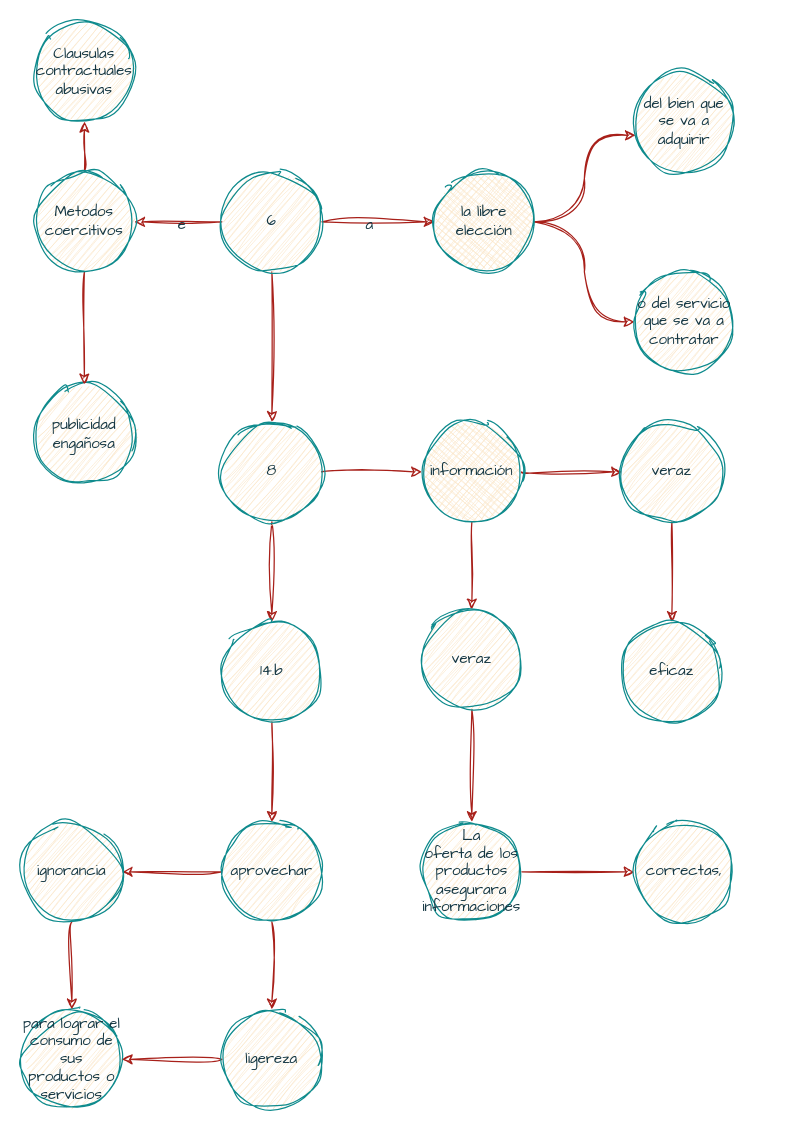
FriendsAtDawn/drawio keeps this draw.io diagram as page "Page-4" (4 of 4) of Copy of piramide.drawio. Above is the earlier version. Source tidied: cells renumbered, new cells numbered last; positions are measured from the earlier drawing's top-left corner, leaving out a move shared by most shapes. Both pictures are drawn from the tidied source at 125%, with x=0, y=0 at pixel (21, 21).
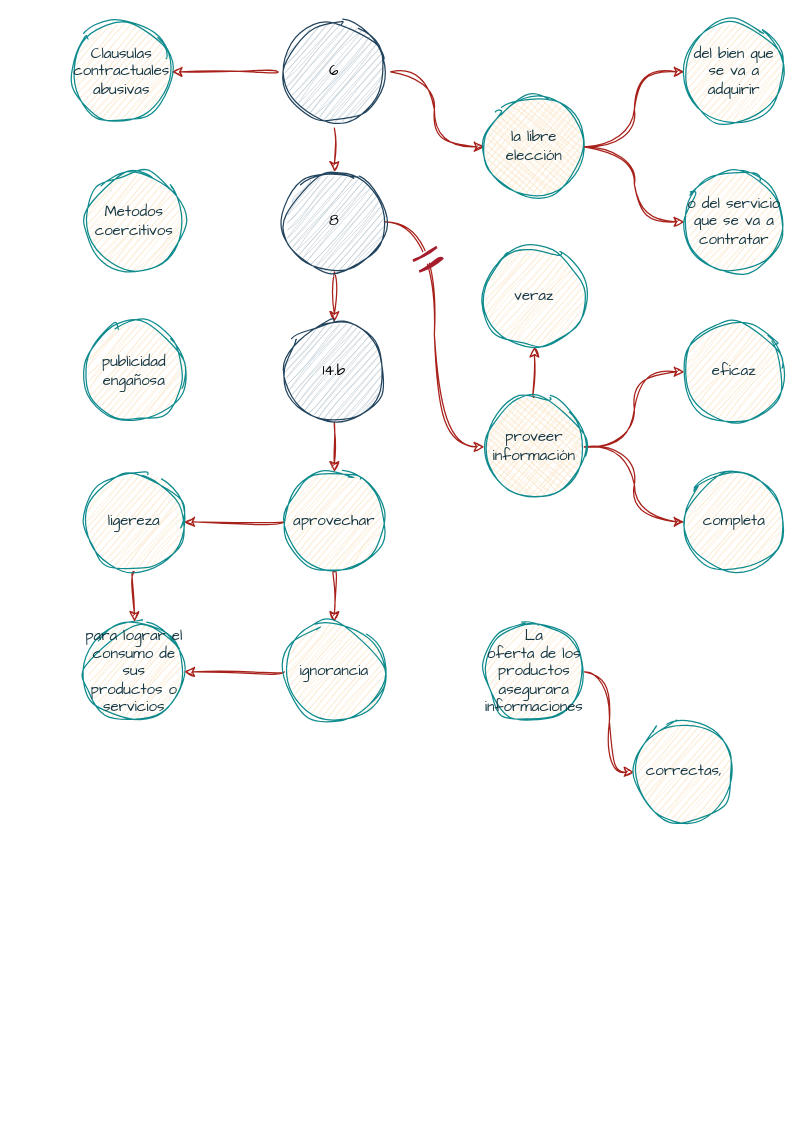
The same page after the edit.

The edit, as a diff of the source:
```diff
@@
-    <mxCell id="2" style="edgeStyle=orthogonalEdgeStyle;rounded=0;jettySize=auto;html=1;fontFamily=Architects Daughter;fontSize=12;labelBackgroundColor=none;strokeColor=#A8201A;fontColor=default;sketch=1;curveFitting=1;jiggle=2;" parent="1" edge="1" source="7" target="10">
+    <mxCell id="2" style="edgeStyle=orthogonalEdgeStyle;jettySize=auto;html=1;fontFamily=Architects Daughter;fontSize=12;labelBackgroundColor=none;strokeColor=#A8201A;fontColor=default;sketch=1;curveFitting=1;jiggle=2;curved=1;entryX=0;entryY=0.5;entryDx=0;entryDy=0;" parent="1" edge="1" source="7" target="10">
       <mxGeometry relative="1" as="geometry" />
     </mxCell>
-    <mxCell id="3" value="a" style="edgeLabel;html=1;align=center;verticalAlign=middle;labelBackgroundColor=none;fontColor=#143642;fontSize=12;fontFamily=Architects Daughter;rounded=0;sketch=1;curveFitting=1;jiggle=2;" parent="2" vertex="1">
-      <mxGeometry x="-0.18" y="-2" relative="1" as="geometry" />
-    </mxCell>
-    <mxCell id="4" style="edgeStyle=orthogonalEdgeStyle;rounded=0;jettySize=auto;html=1;fontFamily=Architects Daughter;fontSize=12;labelBackgroundColor=none;strokeColor=#A8201A;fontColor=default;sketch=1;curveFitting=1;jiggle=2;" parent="1" edge="1" source="7" target="14">
-      <mxGeometry relative="1" as="geometry" />
-    </mxCell>
-    <mxCell id="5" value="e" style="edgeLabel;html=1;align=center;verticalAlign=middle;labelBackgroundColor=none;fontColor=#143642;fontSize=12;fontFamily=Architects Daughter;rounded=0;sketch=1;curveFitting=1;jiggle=2;" parent="4" vertex="1">
-      <mxGeometry x="-0.07" y="2" relative="1" as="geometry" />
-    </mxCell>
@@
+    <mxCell id="42" style="edgeStyle=orthogonalEdgeStyle;shape=connector;curved=1;rounded=1;sketch=1;jiggle=2;curveFitting=1;jettySize=auto;html=1;exitX=0;exitY=0.5;exitDx=0;exitDy=0;entryX=1;entryY=0.5;entryDx=0;entryDy=0;labelBackgroundColor=none;strokeColor=#A8201A;fontFamily=Architects Daughter;fontSize=12;fontColor=default;endArrow=classic;" parent="1" edge="1" source="7" target="15">
+      <mxGeometry relative="1" as="geometry" />
+    </mxCell>
-    <mxCell id="7" value="6" style="ellipse;whiteSpace=wrap;html=1;fontFamily=Architects Daughter;fontSize=12;labelBackgroundColor=none;fillColor=#FAE5C7;strokeColor=#0F8B8D;fontColor=#143642;rounded=0;sketch=1;curveFitting=1;jiggle=2;" parent="1" vertex="1">
-      <mxGeometry x="160" y="120" width="80" height="80" as="geometry" />
+    <mxCell id="7" value="6" style="ellipse;whiteSpace=wrap;html=1;fontFamily=Architects Daughter;fontSize=12;labelBackgroundColor=none;fillColor=#bac8d3;strokeColor=#23445d;rounded=0;sketch=1;curveFitting=1;jiggle=2;perimeterSpacing=5;shadow=0;" parent="1" vertex="1">
+      <mxGeometry x="210" width="80" height="80" as="geometry" />
     </mxCell>
-    <mxCell id="8" style="edgeStyle=orthogonalEdgeStyle;jettySize=auto;html=1;labelBackgroundColor=none;strokeColor=#A8201A;fontColor=default;curved=1;entryX=0.013;entryY=0.635;entryDx=0;entryDy=0;entryPerimeter=0;fontSize=12;fontFamily=Architects Daughter;rounded=0;sketch=1;curveFitting=1;jiggle=2;" parent="1" edge="1" source="10" target="35">
-      <mxGeometry relative="1" as="geometry" />
-    </mxCell>
-    <mxCell id="9" style="edgeStyle=orthogonalEdgeStyle;jettySize=auto;html=1;labelBackgroundColor=none;strokeColor=#A8201A;fontColor=default;curved=1;fontSize=12;fontFamily=Architects Daughter;rounded=0;sketch=1;curveFitting=1;jiggle=2;" parent="1" edge="1" source="10" target="36">
+    <mxCell id="9" style="edgeStyle=orthogonalEdgeStyle;shape=connector;curved=1;rounded=1;sketch=1;jiggle=2;curveFitting=1;jettySize=auto;html=1;exitX=1;exitY=0.5;exitDx=0;exitDy=0;entryX=0;entryY=0.5;entryDx=0;entryDy=0;labelBackgroundColor=none;strokeColor=#A8201A;fontFamily=Architects Daughter;fontSize=12;fontColor=default;endArrow=classic;" parent="1" edge="1" source="10" target="36">
       <mxGeometry relative="1" as="geometry" />
     </mxCell>
     <mxCell id="10" value="&lt;font style=&quot;font-size: 12px;&quot;&gt;la libre elección &lt;br style=&quot;font-size: 12px;&quot;&gt;&lt;/font&gt;" style="ellipse;whiteSpace=wrap;html=1;fontFamily=Architects Daughter;fontSize=12;labelBackgroundColor=none;fillColor=#FAE5C7;strokeColor=#0F8B8D;fontColor=#143642;fillStyle=cross-hatch;rounded=0;sketch=1;curveFitting=1;jiggle=2;" parent="1" vertex="1">
-      <mxGeometry x="330" y="120" width="80" height="80" as="geometry" />
+      <mxGeometry x="370" y="60" width="80" height="80" as="geometry" />
     </mxCell>
     <mxCell id="11" value="publicidad engañosa" style="ellipse;whiteSpace=wrap;html=1;fontFamily=Architects Daughter;fontSize=12;labelBackgroundColor=none;fillColor=#FAE5C7;strokeColor=#0F8B8D;fontColor=#143642;rounded=0;sketch=1;curveFitting=1;jiggle=2;" parent="1" vertex="1">
-      <mxGeometry x="10" y="290" width="80" height="80" as="geometry" />
+      <mxGeometry x="50" y="240" width="80" height="80" as="geometry" />
     </mxCell>
-    <mxCell id="12" style="edgeStyle=orthogonalEdgeStyle;rounded=0;jettySize=auto;html=1;labelBackgroundColor=none;strokeColor=#A8201A;fontColor=default;fontSize=12;fontFamily=Architects Daughter;sketch=1;curveFitting=1;jiggle=2;" parent="1" edge="1" source="14" target="11">
-      <mxGeometry relative="1" as="geometry" />
-    </mxCell>
-    <mxCell id="13" style="edgeStyle=orthogonalEdgeStyle;rounded=0;jettySize=auto;html=1;labelBackgroundColor=none;strokeColor=#A8201A;fontColor=default;fontSize=12;fontFamily=Architects Daughter;sketch=1;curveFitting=1;jiggle=2;" parent="1" edge="1" source="14" target="15">
-      <mxGeometry relative="1" as="geometry" />
-    </mxCell>
     <mxCell id="14" value="Metodos coercitivos" style="ellipse;whiteSpace=wrap;html=1;fontFamily=Architects Daughter;fontSize=12;labelBackgroundColor=none;fillColor=#FAE5C7;strokeColor=#0F8B8D;fontColor=#143642;rounded=0;sketch=1;curveFitting=1;jiggle=2;" parent="1" vertex="1">
-      <mxGeometry x="10" y="120" width="80" height="80" as="geometry" />
+      <mxGeometry x="50" y="120" width="80" height="80" as="geometry" />
     </mxCell>
     <mxCell id="15" value="Clausulas contractuales abusivas" style="ellipse;whiteSpace=wrap;html=1;fontFamily=Architects Daughter;fontSize=12;labelBackgroundColor=none;fillColor=#FAE5C7;strokeColor=#0F8B8D;fontColor=#143642;rounded=0;sketch=1;curveFitting=1;jiggle=2;" parent="1" vertex="1">
-      <mxGeometry x="10" width="80" height="80" as="geometry" />
+      <mxGeometry x="40" width="80" height="80" as="geometry" />
     </mxCell>
-    <mxCell id="16" style="edgeStyle=orthogonalEdgeStyle;jettySize=auto;html=1;labelBackgroundColor=none;strokeColor=#A8201A;fontColor=default;fontSize=12;fontFamily=Architects Daughter;curved=1;rounded=0;sketch=1;curveFitting=1;jiggle=2;" parent="1" edge="1" source="18" target="21">
+    <mxCell id="16" style="edgeStyle=orthogonalEdgeStyle;jettySize=auto;html=1;labelBackgroundColor=none;strokeColor=#A8201A;fontColor=default;fontSize=12;fontFamily=Architects Daughter;curved=1;rounded=0;sketch=1;curveFitting=1;jiggle=2;entryX=0;entryY=0.5;entryDx=0;entryDy=0;" parent="1" edge="1" source="18" target="21">
       <mxGeometry relative="1" as="geometry" />
     </mxCell>
@@
-    <mxCell id="18" value="8" style="ellipse;whiteSpace=wrap;html=1;fontFamily=Architects Daughter;fontSize=12;labelBackgroundColor=none;fillColor=#FAE5C7;strokeColor=#0F8B8D;fontColor=#143642;rounded=0;sketch=1;curveFitting=1;jiggle=2;" parent="1" vertex="1">
-      <mxGeometry x="160" y="320" width="80" height="80" as="geometry" />
+    <mxCell id="18" value="8" style="ellipse;whiteSpace=wrap;html=1;fontFamily=Architects Daughter;fontSize=12;labelBackgroundColor=none;fillColor=#bac8d3;strokeColor=#23445d;fontColor=default;rounded=0;sketch=1;curveFitting=1;jiggle=2;shadow=0;" parent="1" vertex="1">
+      <mxGeometry x="210" y="120" width="80" height="80" as="geometry" />
     </mxCell>
-    <mxCell id="19" style="edgeStyle=orthogonalEdgeStyle;rounded=0;jettySize=auto;html=1;labelBackgroundColor=none;strokeColor=#A8201A;fontColor=default;fontSize=12;fontFamily=Architects Daughter;sketch=1;curveFitting=1;jiggle=2;" parent="1" edge="1" source="21" target="28">
+    <mxCell id="19" style="edgeStyle=orthogonalEdgeStyle;jettySize=auto;html=1;labelBackgroundColor=none;strokeColor=#A8201A;fontColor=default;fontSize=12;fontFamily=Architects Daughter;sketch=1;curveFitting=1;jiggle=2;curved=1;entryX=0;entryY=0.5;entryDx=0;entryDy=0;" parent="1" edge="1" source="21" target="31">
       <mxGeometry relative="1" as="geometry" />
     </mxCell>
+    <mxCell id="43" style="edgeStyle=orthogonalEdgeStyle;shape=connector;curved=1;rounded=1;sketch=1;jiggle=2;curveFitting=1;jettySize=auto;html=1;exitX=1;exitY=0.5;exitDx=0;exitDy=0;entryX=0;entryY=0.5;entryDx=0;entryDy=0;labelBackgroundColor=none;strokeColor=#A8201A;fontFamily=Architects Daughter;fontSize=12;fontColor=default;endArrow=classic;" parent="1" edge="1" source="21" target="28">
+      <mxGeometry relative="1" as="geometry" />
+    </mxCell>
-    <mxCell id="20" style="edgeStyle=orthogonalEdgeStyle;jettySize=auto;html=1;labelBackgroundColor=none;strokeColor=#A8201A;fontColor=default;fontSize=12;fontFamily=Architects Daughter;curved=1;rounded=0;sketch=1;curveFitting=1;jiggle=2;" parent="1" edge="1" source="21" target="30">
+    <mxCell id="20" style="edgeStyle=orthogonalEdgeStyle;shape=connector;curved=1;rounded=1;sketch=1;jiggle=2;curveFitting=1;jettySize=auto;html=1;exitX=0.5;exitY=0;exitDx=0;exitDy=0;entryX=0.5;entryY=1;entryDx=0;entryDy=0;labelBackgroundColor=none;strokeColor=#A8201A;fontFamily=Architects Daughter;fontSize=12;fontColor=default;endArrow=classic;" parent="1" edge="1" source="21" target="30">
       <mxGeometry relative="1" as="geometry" />
     </mxCell>
-    <mxCell id="21" value="información " style="ellipse;whiteSpace=wrap;html=1;fontFamily=Architects Daughter;fontSize=12;labelBackgroundColor=none;fillColor=#FAE5C7;strokeColor=#0F8B8D;fontColor=#143642;fillStyle=cross-hatch;rounded=0;sketch=1;curveFitting=1;jiggle=2;" parent="1" vertex="1">
-      <mxGeometry x="320" y="320" width="80" height="80" as="geometry" />
+    <mxCell id="21" value="&lt;div&gt;proveer&lt;/div&gt;&lt;div&gt;información&lt;br&gt;&lt;/div&gt;" style="ellipse;whiteSpace=wrap;html=1;fontFamily=Architects Daughter;fontSize=12;labelBackgroundColor=none;fillColor=#FAE5C7;strokeColor=#0F8B8D;fontColor=#143642;fillStyle=cross-hatch;rounded=0;sketch=1;curveFitting=1;jiggle=2;" parent="1" vertex="1">
+      <mxGeometry x="370" y="300" width="80" height="80" as="geometry" />
     </mxCell>
@@
-    <mxCell id="23" value="14.b" style="ellipse;whiteSpace=wrap;html=1;fontFamily=Architects Daughter;fontSize=12;labelBackgroundColor=none;fillColor=#FAE5C7;strokeColor=#0F8B8D;fontColor=#143642;rounded=0;sketch=1;curveFitting=1;jiggle=2;" parent="1" vertex="1">
-      <mxGeometry x="160" y="480" width="80" height="80" as="geometry" />
+    <mxCell id="23" value="14.b" style="ellipse;whiteSpace=wrap;html=1;fontFamily=Architects Daughter;fontSize=12;labelBackgroundColor=none;fillColor=#bac8d3;strokeColor=#23445d;fontColor=default;rounded=0;sketch=1;curveFitting=1;jiggle=2;shadow=0;" parent="1" vertex="1">
+      <mxGeometry x="210" y="240" width="80" height="80" as="geometry" />
     </mxCell>
-    <mxCell id="24" style="edgeStyle=orthogonalEdgeStyle;rounded=0;jettySize=auto;html=1;fontFamily=Architects Daughter;fontSize=12;fontColor=default;labelBackgroundColor=none;strokeColor=#A8201A;sketch=1;curveFitting=1;jiggle=2;" parent="1" edge="1" source="26" target="39">
+    <mxCell id="24" style="edgeStyle=orthogonalEdgeStyle;jettySize=auto;html=1;fontFamily=Architects Daughter;fontSize=12;fontColor=default;labelBackgroundColor=none;strokeColor=#A8201A;sketch=1;curveFitting=1;jiggle=2;curved=1;" parent="1" edge="1" source="26" target="39">
       <mxGeometry relative="1" as="geometry" />
     </mxCell>
-    <mxCell id="25" style="edgeStyle=orthogonalEdgeStyle;rounded=0;jettySize=auto;html=1;fontFamily=Architects Daughter;fontSize=12;fontColor=default;labelBackgroundColor=none;strokeColor=#A8201A;sketch=1;curveFitting=1;jiggle=2;" parent="1" edge="1" source="26" target="41">
+    <mxCell id="25" style="edgeStyle=orthogonalEdgeStyle;jettySize=auto;html=1;fontFamily=Architects Daughter;fontSize=12;fontColor=default;labelBackgroundColor=none;strokeColor=#A8201A;sketch=1;curveFitting=1;jiggle=2;curved=1;" parent="1" edge="1" source="26" target="41">
       <mxGeometry relative="1" as="geometry" />
     </mxCell>
     <mxCell id="26" value="aprovechar" style="ellipse;whiteSpace=wrap;html=1;fontFamily=Architects Daughter;fontSize=12;labelBackgroundColor=none;fillColor=#FAE5C7;strokeColor=#0F8B8D;fontColor=#143642;rounded=0;sketch=1;curveFitting=1;jiggle=2;" parent="1" vertex="1">
-      <mxGeometry x="160" y="640" width="80" height="80" as="geometry" />
+      <mxGeometry x="210" y="360" width="80" height="80" as="geometry" />
     </mxCell>
-    <mxCell id="27" style="edgeStyle=orthogonalEdgeStyle;rounded=0;jettySize=auto;html=1;labelBackgroundColor=none;strokeColor=#A8201A;fontColor=default;fontSize=12;fontFamily=Architects Daughter;sketch=1;curveFitting=1;jiggle=2;" parent="1" edge="1" source="28" target="33">
-      <mxGeometry relative="1" as="geometry" />
-    </mxCell>
-    <mxCell id="28" value="veraz" style="ellipse;whiteSpace=wrap;html=1;fontFamily=Architects Daughter;fontSize=12;labelBackgroundColor=none;fillColor=#FAE5C7;strokeColor=#0F8B8D;fontColor=#143642;rounded=0;sketch=1;curveFitting=1;jiggle=2;" parent="1" vertex="1">
-      <mxGeometry x="320" y="470" width="80" height="80" as="geometry" />
+    <mxCell id="28" value="completa" style="ellipse;whiteSpace=wrap;html=1;fontFamily=Architects Daughter;fontSize=12;labelBackgroundColor=none;fillColor=#FAE5C7;strokeColor=#0F8B8D;fontColor=#143642;rounded=0;sketch=1;curveFitting=1;jiggle=2;" parent="1" vertex="1">
+      <mxGeometry x="530" y="360" width="80" height="80" as="geometry" />
     </mxCell>
-    <mxCell id="29" style="edgeStyle=orthogonalEdgeStyle;rounded=0;jettySize=auto;html=1;labelBackgroundColor=none;strokeColor=#A8201A;fontColor=default;fontSize=12;fontFamily=Architects Daughter;sketch=1;curveFitting=1;jiggle=2;" parent="1" edge="1" source="30" target="31">
-      <mxGeometry relative="1" as="geometry" />
-    </mxCell>
     <mxCell id="30" value="veraz" style="ellipse;whiteSpace=wrap;html=1;fontFamily=Architects Daughter;fontSize=12;labelBackgroundColor=none;fillColor=#FAE5C7;strokeColor=#0F8B8D;fontColor=#143642;rounded=0;sketch=1;curveFitting=1;jiggle=2;" parent="1" vertex="1">
-      <mxGeometry x="480" y="320" width="80" height="80" as="geometry" />
+      <mxGeometry x="370" y="180" width="80" height="80" as="geometry" />
     </mxCell>
     <mxCell id="31" value="eficaz" style="ellipse;whiteSpace=wrap;html=1;fontFamily=Architects Daughter;fontSize=12;labelBackgroundColor=none;fillColor=#FAE5C7;strokeColor=#0F8B8D;fontColor=#143642;rounded=0;sketch=1;curveFitting=1;jiggle=2;" parent="1" vertex="1">
-      <mxGeometry x="480" y="480" width="80" height="80" as="geometry" />
+      <mxGeometry x="530" y="240" width="80" height="80" as="geometry" />
     </mxCell>
-    <mxCell id="32" style="edgeStyle=orthogonalEdgeStyle;rounded=0;jettySize=auto;html=1;labelBackgroundColor=none;strokeColor=#A8201A;fontColor=default;fontSize=12;fontFamily=Architects Daughter;sketch=1;curveFitting=1;jiggle=2;" parent="1" edge="1" source="33" target="37">
+    <mxCell id="32" style="edgeStyle=orthogonalEdgeStyle;jettySize=auto;html=1;labelBackgroundColor=none;strokeColor=#A8201A;fontColor=default;fontSize=12;fontFamily=Architects Daughter;sketch=1;curveFitting=1;jiggle=2;curved=1;" parent="1" edge="1" source="33" target="37">
       <mxGeometry relative="1" as="geometry" />
     </mxCell>
     <mxCell id="33" value="La &lt;br style=&quot;font-size: 12px;&quot;&gt;oferta de los productos asegurara informaciones " style="ellipse;whiteSpace=wrap;html=1;fontFamily=Architects Daughter;fontSize=12;labelBackgroundColor=none;fillColor=#FAE5C7;strokeColor=#0F8B8D;fontColor=#143642;rounded=0;sketch=1;curveFitting=1;jiggle=2;" parent="1" vertex="1">
-      <mxGeometry x="320" y="640" width="80" height="80" as="geometry" />
+      <mxGeometry x="370" y="480" width="80" height="80" as="geometry" />
     </mxCell>
     <mxCell id="34" value="para lograr el consumo de sus productos o servicios" style="ellipse;whiteSpace=wrap;html=1;fontFamily=Architects Daughter;fontSize=12;labelBackgroundColor=none;fillColor=#FAE5C7;strokeColor=#0F8B8D;fontColor=#143642;rounded=0;sketch=1;curveFitting=1;jiggle=2;" parent="1" vertex="1">
-      <mxGeometry y="790" width="80" height="80" as="geometry" />
+      <mxGeometry x="50" y="480" width="80" height="80" as="geometry" />
     </mxCell>
-    <mxCell id="35" value="&lt;font style=&quot;font-size: 12px;&quot;&gt;del bien que se va a adquirir&lt;/font&gt;" style="ellipse;whiteSpace=wrap;html=1;fontFamily=Architects Daughter;fontSize=12;labelBackgroundColor=none;fillColor=#FAE5C7;strokeColor=#0F8B8D;fontColor=#143642;rounded=0;sketch=1;curveFitting=1;jiggle=2;" parent="1" vertex="1">
-      <mxGeometry x="490" y="40" width="80" height="80" as="geometry" />
-    </mxCell>
     <mxCell id="36" value="&lt;font style=&quot;font-size: 12px;&quot;&gt; o del servicio que se va a contratar&lt;/font&gt;" style="ellipse;whiteSpace=wrap;html=1;fontFamily=Architects Daughter;fontSize=12;labelBackgroundColor=none;fillColor=#FAE5C7;strokeColor=#0F8B8D;fontColor=#143642;rounded=0;sketch=1;curveFitting=1;jiggle=2;" parent="1" vertex="1">
-      <mxGeometry x="490" y="200" width="80" height="80" as="geometry" />
+      <mxGeometry x="530" y="120" width="80" height="80" as="geometry" />
     </mxCell>
     <mxCell id="37" value="correctas," style="ellipse;whiteSpace=wrap;html=1;fontFamily=Architects Daughter;fontSize=12;labelBackgroundColor=none;fillColor=#FAE5C7;strokeColor=#0F8B8D;fontColor=#143642;rounded=0;sketch=1;curveFitting=1;jiggle=2;" parent="1" vertex="1">
-      <mxGeometry x="490" y="640" width="80" height="80" as="geometry" />
+      <mxGeometry x="490" y="560" width="80" height="80" as="geometry" />
     </mxCell>
-    <mxCell id="38" style="edgeStyle=orthogonalEdgeStyle;shape=connector;curved=1;rounded=0;jettySize=auto;html=1;labelBackgroundColor=none;strokeColor=#A8201A;fontFamily=Architects Daughter;fontSize=12;fontColor=default;endArrow=classic;sketch=1;curveFitting=1;jiggle=2;" parent="1" edge="1" source="39" target="34">
+    <mxCell id="38" style="edgeStyle=orthogonalEdgeStyle;shape=connector;curved=1;rounded=1;sketch=1;jiggle=2;curveFitting=1;jettySize=auto;html=1;exitX=0.5;exitY=1;exitDx=0;exitDy=0;labelBackgroundColor=none;strokeColor=#A8201A;fontFamily=Architects Daughter;fontSize=12;fontColor=default;endArrow=classic;" parent="1" edge="1" source="39" target="34">
       <mxGeometry relative="1" as="geometry" />
     </mxCell>
     <mxCell id="39" value="ligereza" style="ellipse;whiteSpace=wrap;html=1;fontFamily=Architects Daughter;fontSize=12;labelBackgroundColor=none;fillColor=#FAE5C7;strokeColor=#0F8B8D;fontColor=#143642;rounded=0;sketch=1;curveFitting=1;jiggle=2;" parent="1" vertex="1">
-      <mxGeometry x="160" y="790" width="80" height="80" as="geometry" />
+      <mxGeometry x="50" y="360" width="80" height="80" as="geometry" />
     </mxCell>
-    <mxCell id="40" style="edgeStyle=orthogonalEdgeStyle;shape=connector;curved=1;rounded=0;jettySize=auto;html=1;entryX=0.5;entryY=0;entryDx=0;entryDy=0;labelBackgroundColor=none;strokeColor=#A8201A;fontFamily=Architects Daughter;fontSize=12;fontColor=default;endArrow=classic;sketch=1;curveFitting=1;jiggle=2;" parent="1" edge="1" source="41" target="34">
+    <mxCell id="40" style="edgeStyle=orthogonalEdgeStyle;shape=connector;curved=1;rounded=1;sketch=1;jiggle=2;curveFitting=1;jettySize=auto;html=1;exitX=0;exitY=0.5;exitDx=0;exitDy=0;entryX=1;entryY=0.5;entryDx=0;entryDy=0;labelBackgroundColor=none;strokeColor=#A8201A;fontFamily=Architects Daughter;fontSize=12;fontColor=default;endArrow=classic;" parent="1" edge="1" source="41" target="34">
       <mxGeometry relative="1" as="geometry" />
     </mxCell>
     <mxCell id="41" value="ignorancia" style="ellipse;whiteSpace=wrap;html=1;fontFamily=Architects Daughter;fontSize=12;labelBackgroundColor=none;fillColor=#FAE5C7;strokeColor=#0F8B8D;fontColor=#143642;rounded=0;sketch=1;curveFitting=1;jiggle=2;" parent="1" vertex="1">
-      <mxGeometry y="640" width="80" height="80" as="geometry" />
+      <mxGeometry x="210" y="480" width="80" height="80" as="geometry" />
     </mxCell>
+    <mxCell id="8" style="edgeStyle=orthogonalEdgeStyle;jettySize=auto;html=1;labelBackgroundColor=none;strokeColor=#A8201A;fontColor=default;curved=1;fontSize=12;fontFamily=Architects Daughter;rounded=0;sketch=1;curveFitting=1;jiggle=2;" parent="1" edge="1" source="10" target="35">
+      <mxGeometry relative="1" as="geometry" />
+    </mxCell>
+    <mxCell id="35" value="&lt;font style=&quot;font-size: 12px;&quot;&gt;del bien que se va a adquirir&lt;/font&gt;" style="ellipse;whiteSpace=wrap;html=1;fontFamily=Architects Daughter;fontSize=12;labelBackgroundColor=none;fillColor=#FAE5C7;strokeColor=#0F8B8D;fontColor=#143642;rounded=0;sketch=1;curveFitting=1;jiggle=2;" parent="1" vertex="1">
+      <mxGeometry x="530" width="80" height="80" as="geometry" />
+    </mxCell>
+    <mxCell id="44" style="shape=partialRectangle;whiteSpace=wrap;html=1;top=0;bottom=0;fillColor=default;fontFamily=Architects Daughter;fontSize=12;fontColor=default;rotation=60;strokeColor=#a51d2d;strokeWidth=2;sketch=1;curveFitting=1;jiggle=2;perimeterSpacing=3;" parent="1" vertex="1">
+      <mxGeometry x="320" y="180" width="10" height="20" as="geometry" />
+    </mxCell>
```
